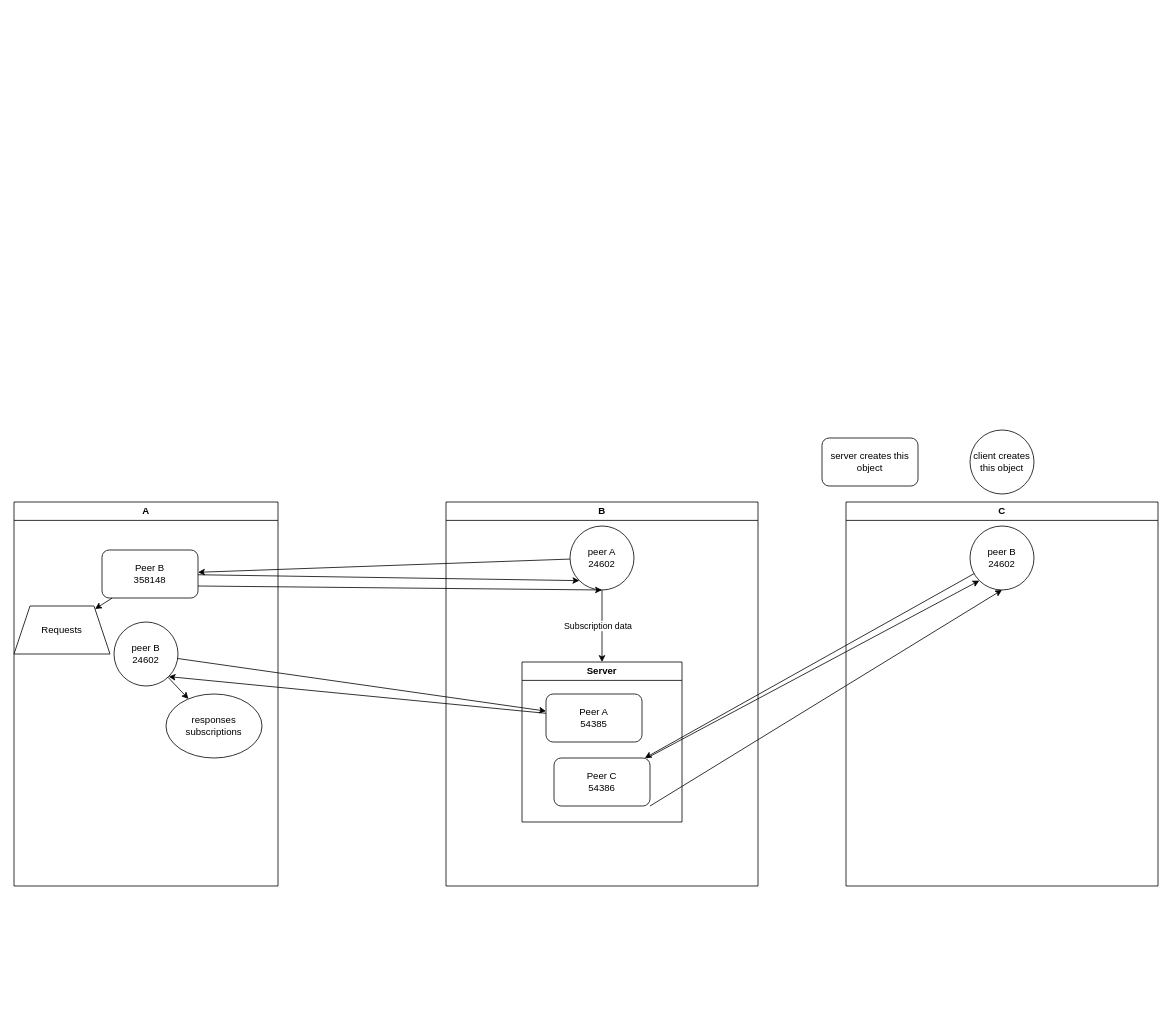
SatoriNetwork/Lib keeps this draw.io diagram as satorilib/data/datamanager/others/communication.drawio. Above is the earlier version. Source tidied: cells renumbered, new cells numbered last; positions are measured from the earlier drawing's top-left corner, leaving out a move shared by most shapes. Both pictures are drawn from the tidied source at 80%, with x=0, y=0 at pixel (14, 430).
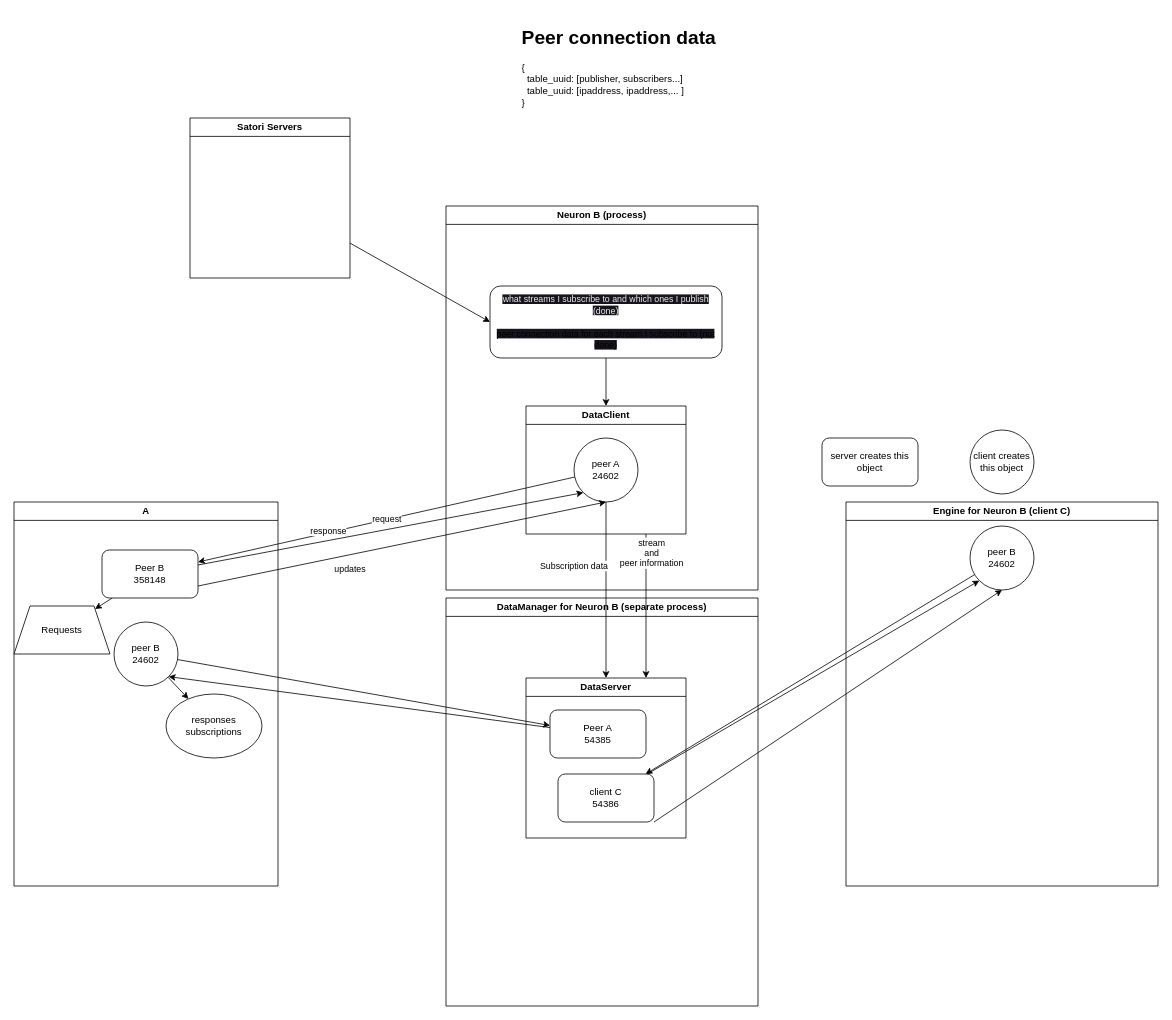
The same diagram, later.

Unchanged cells that the change refers to:
```xml
<mxCell id="4" value="Peer B&lt;br&gt;358148" style="rounded=1;whiteSpace=wrap;html=1;" parent="2" vertex="1">
  <mxGeometry x="110" y="60" width="120" height="60" as="geometry" />
</mxCell>
```

Diff of the diagram source:
```diff
@@
-    <mxCell id="9" value="B" style="swimlane;whiteSpace=wrap;html=1;" parent="1" vertex="1">
-      <mxGeometry x="540" y="90" width="390" height="480" as="geometry" />
+    <mxCell id="9" value="Neuron B (process)" style="swimlane;whiteSpace=wrap;html=1;" parent="1" vertex="1">
+      <mxGeometry x="540" y="-280" width="390" height="480" as="geometry" />
     </mxCell>
-    <mxCell id="10" value="Subscription data" style="edgeStyle=none;html=1;exitX=0.5;exitY=1;exitDx=0;exitDy=0;entryX=0.5;entryY=0;entryDx=0;entryDy=0;" parent="9" edge="1" source="11" target="12">
-      <mxGeometry y="-5" relative="1" as="geometry" />
-    </mxCell>
+    <mxCell id="27" value="DataClient" style="swimlane;whiteSpace=wrap;html=1;" parent="9" vertex="1">
+      <mxGeometry x="100" y="250" width="200" height="160" as="geometry" />
+    </mxCell>
-    <mxCell id="11" value="peer A&lt;br&gt;24602" style="ellipse;whiteSpace=wrap;html=1;" parent="9" vertex="1">
-      <mxGeometry x="155" y="30" width="80" height="80" as="geometry" />
+    <mxCell id="11" value="peer A&lt;br&gt;24602" style="ellipse;whiteSpace=wrap;html=1;" parent="27" vertex="1">
+      <mxGeometry x="60" y="40" width="80" height="80" as="geometry" />
     </mxCell>
-    <mxCell id="12" value="Server" style="swimlane;whiteSpace=wrap;html=1;" parent="9" vertex="1">
-      <mxGeometry x="95" y="200" width="200" height="200" as="geometry" />
-    </mxCell>
-    <mxCell id="13" value="Peer C&lt;br&gt;54386" style="rounded=1;whiteSpace=wrap;html=1;" parent="12" vertex="1">
-      <mxGeometry x="40" y="120" width="120" height="60" as="geometry" />
-    </mxCell>
-    <mxCell id="14" value="Peer A&lt;br&gt;54385" style="rounded=1;whiteSpace=wrap;html=1;" parent="12" vertex="1">
-      <mxGeometry x="30" y="40" width="120" height="60" as="geometry" />
-    </mxCell>
+    <mxCell id="28" style="edgeStyle=none;html=1;entryX=0.5;entryY=0;entryDx=0;entryDy=0;" parent="9" edge="1" source="29" target="27">
+      <mxGeometry relative="1" as="geometry" />
+    </mxCell>
+    <mxCell id="29" value="&lt;span style=&quot;color: rgb(240, 240, 240); font-family: Helvetica; font-size: 11px; font-style: normal; font-variant-ligatures: normal; font-variant-caps: normal; font-weight: 400; letter-spacing: normal; orphans: 2; text-align: center; text-indent: 0px; text-transform: none; widows: 2; word-spacing: 0px; -webkit-text-stroke-width: 0px; background-color: rgb(24, 20, 29); text-decoration-thickness: initial; text-decoration-style: initial; text-decoration-color: initial; float: none; display: inline !important;&quot;&gt;what streams I subscribe to and which ones I publish (done)&lt;/span&gt;&lt;br&gt;&lt;br&gt;&lt;span style=&quot;font-size: 11px; background-color: rgb(24, 20, 29);&quot;&gt;peer connection data for each stream I subscribe to (not done)&lt;/span&gt;" style="rounded=1;whiteSpace=wrap;html=1;" parent="9" vertex="1">
+      <mxGeometry x="55" y="100" width="290" height="90" as="geometry" />
+    </mxCell>
-    <mxCell id="15" style="edgeStyle=none;html=1;" parent="1" edge="1" source="11" target="4">
+    <mxCell id="15" value="request" style="edgeStyle=none;html=1;entryX=1;entryY=0.25;entryDx=0;entryDy=0;" parent="1" edge="1" source="11" target="4">
       <mxGeometry relative="1" as="geometry" />
     </mxCell>
@@
-    <mxCell id="18" style="edgeStyle=none;html=1;entryX=0;entryY=1;entryDx=0;entryDy=0;" parent="1" edge="1" source="4" target="11">
-      <mxGeometry relative="1" as="geometry" />
+    <mxCell id="18" value="response" style="edgeStyle=none;html=1;entryX=0;entryY=1;entryDx=0;entryDy=0;" parent="1" edge="1" source="4" target="11">
+      <mxGeometry x="-0.31" y="12" relative="1" as="geometry">
+        <mxPoint x="-1" as="offset" />
+      </mxGeometry>
     </mxCell>
@@
-    <mxCell id="21" style="edgeStyle=none;html=1;exitX=1;exitY=0.75;exitDx=0;exitDy=0;entryX=0.5;entryY=1;entryDx=0;entryDy=0;" parent="1" edge="1" source="4" target="11">
-      <mxGeometry relative="1" as="geometry" />
+    <mxCell id="21" value="updates" style="edgeStyle=none;html=1;exitX=1;exitY=0.75;exitDx=0;exitDy=0;entryX=0.5;entryY=1;entryDx=0;entryDy=0;" parent="1" edge="1" source="4" target="11">
+      <mxGeometry x="-0.27" y="-18" relative="1" as="geometry" />
     </mxCell>
-    <mxCell id="22" value="C" style="swimlane;whiteSpace=wrap;html=1;" parent="1" vertex="1">
+    <mxCell id="22" value="Engine for Neuron B (client C)" style="swimlane;whiteSpace=wrap;html=1;" parent="1" vertex="1">
       <mxGeometry x="1040" y="90" width="390" height="480" as="geometry" />
     </mxCell>
@@
+    <mxCell id="30" value="DataManager for Neuron B (separate process)" style="swimlane;whiteSpace=wrap;html=1;" parent="1" vertex="1">
+      <mxGeometry x="540" y="210" width="390" height="510" as="geometry" />
+    </mxCell>
+    <mxCell id="12" value="DataServer" style="swimlane;whiteSpace=wrap;html=1;" parent="30" vertex="1">
+      <mxGeometry x="100" y="100" width="200" height="200" as="geometry" />
+    </mxCell>
+    <mxCell id="13" value="client C&lt;br&gt;54386" style="rounded=1;whiteSpace=wrap;html=1;" parent="12" vertex="1">
+      <mxGeometry x="40" y="120" width="120" height="60" as="geometry" />
+    </mxCell>
+    <mxCell id="14" value="Peer A&lt;br&gt;54385" style="rounded=1;whiteSpace=wrap;html=1;" parent="12" vertex="1">
+      <mxGeometry x="30" y="40" width="120" height="60" as="geometry" />
+    </mxCell>
+    <mxCell id="31" value="stream&lt;br&gt;and&lt;br&gt;peer information&lt;br&gt;" style="edgeStyle=none;html=1;entryX=0.75;entryY=0;entryDx=0;entryDy=0;exitX=0.75;exitY=1;exitDx=0;exitDy=0;" parent="1" edge="1" source="27" target="12">
+      <mxGeometry x="-0.73" y="7" relative="1" as="geometry" />
+    </mxCell>
+    <mxCell id="10" value="Subscription data" style="edgeStyle=none;html=1;exitX=0.5;exitY=1;exitDx=0;exitDy=0;entryX=0.5;entryY=0;entryDx=0;entryDy=0;" parent="1" edge="1" source="11" target="12">
+      <mxGeometry x="-0.27" y="-40" relative="1" as="geometry" />
+    </mxCell>
+    <mxCell id="32" style="edgeStyle=none;html=1;entryX=0;entryY=0.5;entryDx=0;entryDy=0;" parent="1" edge="1" source="33" target="29">
+      <mxGeometry relative="1" as="geometry" />
+    </mxCell>
+    <mxCell id="33" value="Satori Servers" style="swimlane;whiteSpace=wrap;html=1;" parent="1" vertex="1">
+      <mxGeometry x="220" y="-390" width="200" height="200" as="geometry" />
+    </mxCell>
+    <mxCell id="34" value="&lt;h1&gt;Peer connection data&lt;/h1&gt;&lt;p&gt;{&lt;br&gt;&amp;nbsp; table_uuid: [publisher, subscribers...]&lt;br&gt;&amp;nbsp; table_uuid: [ipaddress, ipaddress,... ]&lt;br&gt;}&lt;/p&gt;" style="text;html=1;strokeColor=none;fillColor=none;spacing=5;spacingTop=-20;whiteSpace=wrap;overflow=hidden;rounded=0;" parent="1" vertex="1">
+      <mxGeometry x="630" y="-510" width="440" height="120" as="geometry" />
+    </mxCell>
```
